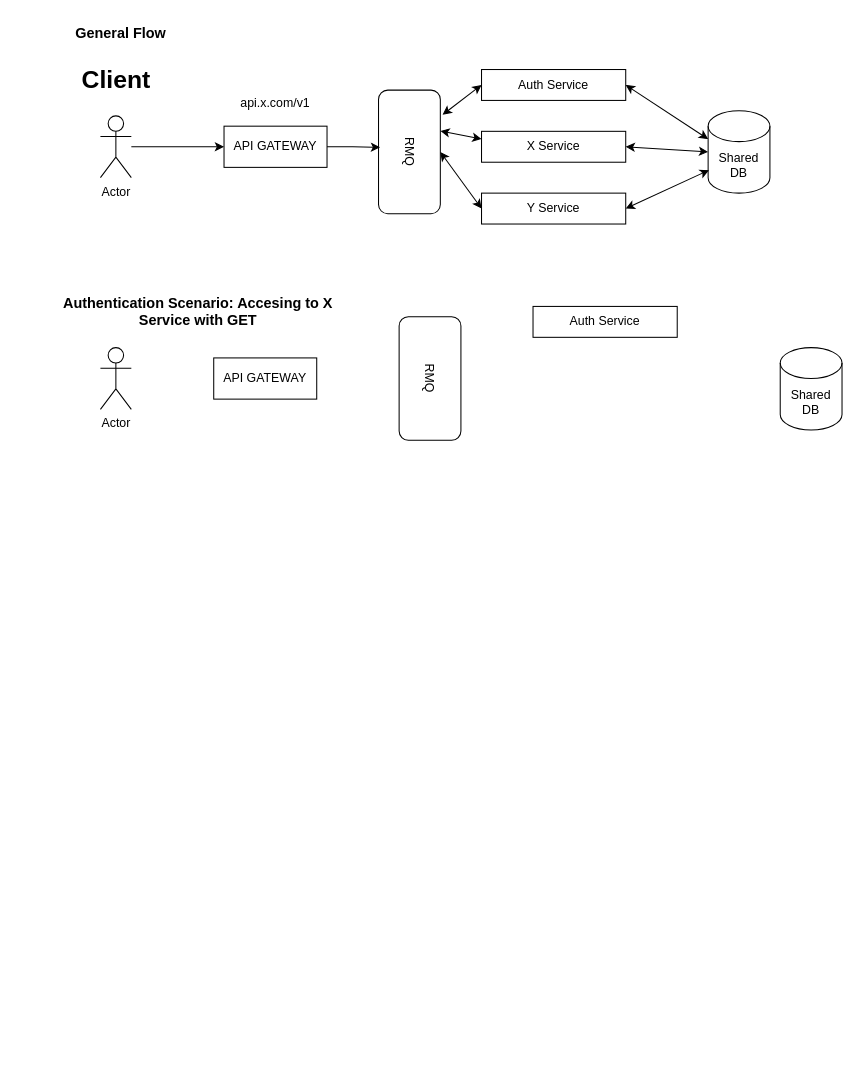
Before: auth-base.drawio in MasterFAE/nest-microservice-auth-boilerplate, a draw.io diagram. Source tidied: cells renumbered, new cells numbered last; positions are measured from the earlier drawing's top-left corner, leaving out a move shared by most shapes. Both pictures are drawn from the tidied source at 103%, with x=0, y=0 at pixel (48, 18).
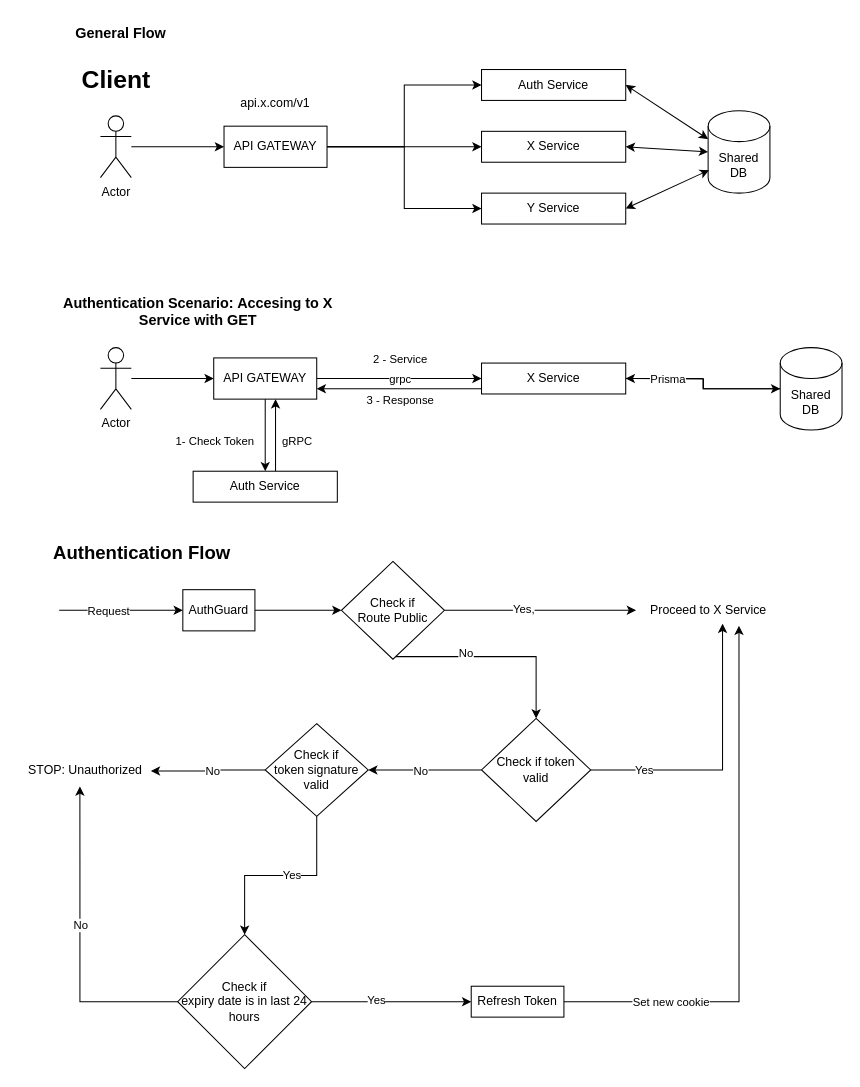
Above is the later version.

Unchanged cells that the change refers to:
```xml
<mxCell id="5" value="API GATEWAY" style="rounded=0;whiteSpace=wrap;html=1;" parent="1" vertex="1">
  <mxGeometry x="170" y="105" width="100" height="40" as="geometry" />
</mxCell>
<mxCell id="6" value="Auth Service" style="rounded=0;whiteSpace=wrap;html=1;" parent="1" vertex="1">
  <mxGeometry x="420" y="50" width="140" height="30" as="geometry" />
</mxCell>
<mxCell id="7" value="X Service" style="rounded=0;whiteSpace=wrap;html=1;" parent="1" vertex="1">
  <mxGeometry x="420" y="110" width="140" height="30" as="geometry" />
</mxCell>
<mxCell id="8" value="Y Service" style="rounded=0;whiteSpace=wrap;html=1;" parent="1" vertex="1">
  <mxGeometry x="420" y="170" width="140" height="30" as="geometry" />
</mxCell>
<mxCell id="21" value="Actor" style="shape=umlActor;verticalLabelPosition=bottom;verticalAlign=top;html=1;outlineConnect=0;" parent="1" vertex="1">
  <mxGeometry x="50" y="320" width="30" height="60" as="geometry" />
</mxCell>
<mxCell id="22" value="API GATEWAY" style="rounded=0;whiteSpace=wrap;html=1;" parent="1" vertex="1">
  <mxGeometry x="160" y="330" width="100" height="40" as="geometry" />
</mxCell>
<mxCell id="25" value="Shared&lt;br&gt;DB" style="shape=cylinder3;whiteSpace=wrap;html=1;boundedLbl=1;backgroundOutline=1;size=15;" parent="1" vertex="1">
  <mxGeometry x="710" y="320" width="60" height="80" as="geometry" />
</mxCell>
```

The edit, as a diff of the source:
```diff
@@
+    <mxCell id="26" style="edgeStyle=orthogonalEdgeStyle;rounded=0;jettySize=auto;html=1;entryX=0;entryY=0.5;entryDx=0;entryDy=0;" parent="1" edge="1" source="5" target="6">
+      <mxGeometry relative="1" as="geometry" />
+    </mxCell>
+    <mxCell id="27" style="edgeStyle=orthogonalEdgeStyle;rounded=0;jettySize=auto;html=1;entryX=0;entryY=0.5;entryDx=0;entryDy=0;" parent="1" edge="1" source="5" target="7">
+      <mxGeometry relative="1" as="geometry" />
+    </mxCell>
+    <mxCell id="28" style="edgeStyle=orthogonalEdgeStyle;rounded=0;jettySize=auto;html=1;entryX=0;entryY=0.5;entryDx=0;entryDy=0;" parent="1" edge="1" source="5" target="8">
+      <mxGeometry relative="1" as="geometry" />
+    </mxCell>
@@
-    <mxCell id="10" value="RMQ" style="rounded=1;whiteSpace=wrap;html=1;rotation=90;" parent="1" vertex="1">
-      <mxGeometry x="290" y="100" width="120" height="60" as="geometry" />
-    </mxCell>
-    <mxCell id="11" style="endArrow=classic;startArrow=classic;html=1;rounded=0;entryX=0;entryY=0.5;entryDx=0;entryDy=0;exitX=0.199;exitY=-0.037;exitDx=0;exitDy=0;exitPerimeter=0;" parent="1" edge="1" source="10" target="6">
-      <mxGeometry relative="1" as="geometry" />
-    </mxCell>
-    <mxCell id="12" style="endArrow=classic;startArrow=classic;html=1;rounded=0;entryX=0;entryY=0.25;entryDx=0;entryDy=0;exitX=0.331;exitY=-0.002;exitDx=0;exitDy=0;exitPerimeter=0;" parent="1" edge="1" source="10" target="7">
-      <mxGeometry relative="1" as="geometry" />
-    </mxCell>
-    <mxCell id="13" style="endArrow=classic;startArrow=classic;html=1;rounded=0;entryX=0;entryY=0.5;entryDx=0;entryDy=0;exitX=0.5;exitY=0;exitDx=0;exitDy=0;" parent="1" edge="1" source="10" target="8">
-      <mxGeometry relative="1" as="geometry" />
-    </mxCell>
@@
-    <mxCell id="17" style="edgeStyle=orthogonalEdgeStyle;rounded=0;jettySize=auto;html=1;entryX=0.463;entryY=0.975;entryDx=0;entryDy=0;entryPerimeter=0;" parent="1" edge="1" source="5" target="10">
-      <mxGeometry relative="1" as="geometry" />
-    </mxCell>
@@
+    <mxCell id="29" style="edgeStyle=orthogonalEdgeStyle;rounded=0;jettySize=auto;html=1;" parent="1" edge="1" source="21" target="22">
+      <mxGeometry relative="1" as="geometry" />
+    </mxCell>
@@
+    <mxCell id="30" style="edgeStyle=orthogonalEdgeStyle;rounded=0;jettySize=auto;html=1;entryX=0.5;entryY=0;entryDx=0;entryDy=0;" parent="1" edge="1" source="22" target="24">
+      <mxGeometry relative="1" as="geometry" />
+    </mxCell>
+    <mxCell id="31" value="1- Check Token" style="edgeLabel;html=1;align=center;verticalAlign=middle;" parent="30" vertex="1">
+      <mxGeometry x="-0.09" y="-3" relative="1" as="geometry">
+        <mxPoint x="-47" y="8" as="offset" />
+      </mxGeometry>
+    </mxCell>
+    <mxCell id="32" value="gRPC" style="edgeLabel;html=1;align=center;verticalAlign=middle;" parent="30" vertex="1">
+      <mxGeometry x="-0.26" y="-1" relative="1" as="geometry">
+        <mxPoint x="31" y="14" as="offset" />
+      </mxGeometry>
+    </mxCell>
+    <mxCell id="33" style="edgeStyle=orthogonalEdgeStyle;rounded=0;jettySize=auto;html=1;entryX=0;entryY=0.5;entryDx=0;entryDy=0;" parent="1" edge="1" source="22" target="40">
+      <mxGeometry relative="1" as="geometry" />
+    </mxCell>
+    <mxCell id="34" value="grpc" style="edgeLabel;html=1;align=center;verticalAlign=middle;" parent="33" vertex="1">
+      <mxGeometry x="0.15" y="1" relative="1" as="geometry">
+        <mxPoint x="-12" y="1" as="offset" />
+      </mxGeometry>
+    </mxCell>
+    <mxCell id="35" value="2 - Service" style="edgeLabel;html=1;align=center;verticalAlign=middle;" parent="33" vertex="1">
+      <mxGeometry x="0.33" y="-3" relative="1" as="geometry">
+        <mxPoint x="-26" y="-23" as="offset" />
+      </mxGeometry>
+    </mxCell>
@@
-    <mxCell id="23" value="RMQ" style="rounded=1;whiteSpace=wrap;html=1;rotation=90;" parent="1" vertex="1">
-      <mxGeometry x="310" y="320" width="120" height="60" as="geometry" />
-    </mxCell>
+    <mxCell id="36" style="edgeStyle=orthogonalEdgeStyle;rounded=0;jettySize=auto;html=1;" parent="1" edge="1" source="24" target="22">
+      <mxGeometry relative="1" as="geometry">
+        <Array as="points">
+          <mxPoint x="220" y="430" />
+          <mxPoint x="220" y="430" />
+        </Array>
+      </mxGeometry>
+    </mxCell>
     <mxCell id="24" value="Auth Service" style="rounded=0;whiteSpace=wrap;html=1;" parent="1" vertex="1">
-      <mxGeometry x="470" y="280" width="140" height="30" as="geometry" />
+      <mxGeometry x="140" y="440" width="140" height="30" as="geometry" />
     </mxCell>
+    <mxCell id="37" style="edgeStyle=orthogonalEdgeStyle;rounded=0;jettySize=auto;html=1;" parent="1" edge="1" source="25">
+      <mxGeometry relative="1" as="geometry">
+        <mxPoint x="560" y="350" as="targetPoint" />
+      </mxGeometry>
+    </mxCell>
@@
+    <mxCell id="38" style="edgeStyle=orthogonalEdgeStyle;rounded=0;jettySize=auto;html=1;" parent="1" edge="1" source="40">
+      <mxGeometry relative="1" as="geometry">
+        <mxPoint x="260" y="360" as="targetPoint" />
+        <Array as="points">
+          <mxPoint x="260" y="360" />
+        </Array>
+      </mxGeometry>
+    </mxCell>
+    <mxCell id="39" value="3 - Response" style="edgeLabel;html=1;align=center;verticalAlign=middle;" parent="38" vertex="1">
+      <mxGeometry x="-0.31" y="1" relative="1" as="geometry">
+        <mxPoint x="-25" y="9" as="offset" />
+      </mxGeometry>
+    </mxCell>
+    <mxCell id="40" value="X Service" style="rounded=0;whiteSpace=wrap;html=1;" parent="1" vertex="1">
+      <mxGeometry x="420" y="335" width="140" height="30" as="geometry" />
+    </mxCell>
+    <mxCell id="41" style="edgeStyle=orthogonalEdgeStyle;rounded=0;jettySize=auto;html=1;entryX=0;entryY=0.5;entryDx=0;entryDy=0;entryPerimeter=0;" parent="1" edge="1" source="40" target="25">
+      <mxGeometry relative="1" as="geometry" />
+    </mxCell>
+    <mxCell id="42" value="Prisma" style="edgeLabel;html=1;align=center;verticalAlign=middle;" parent="41" vertex="1">
+      <mxGeometry x="0.25" y="4" relative="1" as="geometry">
+        <mxPoint x="-50" y="-6" as="offset" />
+      </mxGeometry>
+    </mxCell>
+    <mxCell id="43" style="edgeStyle=orthogonalEdgeStyle;rounded=0;jettySize=auto;html=1;entryX=0;entryY=0.5;entryDx=0;entryDy=0;" parent="1" edge="1" source="44" target="51">
+      <mxGeometry relative="1" as="geometry" />
+    </mxCell>
+    <mxCell id="44" value="AuthGuard" style="rounded=0;whiteSpace=wrap;html=1;" parent="1" vertex="1">
+      <mxGeometry x="130" y="555" width="70" height="40" as="geometry" />
+    </mxCell>
+    <mxCell id="45" style="endArrow=classic;html=1;rounded=0;entryX=0;entryY=0.5;entryDx=0;entryDy=0;" parent="1" edge="1" target="44">
+      <mxGeometry relative="1" as="geometry">
+        <mxPoint x="10" y="575" as="sourcePoint" />
+      </mxGeometry>
+    </mxCell>
+    <mxCell id="46" value="Request" style="edgeLabel;html=1;align=center;verticalAlign=middle;" parent="45" vertex="1">
+      <mxGeometry x="-0.22" y="-3" relative="1" as="geometry">
+        <mxPoint y="-3" as="offset" />
+      </mxGeometry>
+    </mxCell>
+    <mxCell id="47" style="edgeStyle=orthogonalEdgeStyle;rounded=0;jettySize=auto;html=1;" parent="1" edge="1" source="51" target="52">
+      <mxGeometry relative="1" as="geometry" />
+    </mxCell>
+    <mxCell id="48" value="Yes," style="edgeLabel;html=1;align=center;verticalAlign=middle;" parent="47" vertex="1">
+      <mxGeometry x="-0.18" y="2" relative="1" as="geometry" />
+    </mxCell>
+    <mxCell id="49" style="edgeStyle=orthogonalEdgeStyle;rounded=0;jettySize=auto;html=1;entryX=0.5;entryY=0;entryDx=0;entryDy=0;" parent="1" edge="1" source="51" target="55">
+      <mxGeometry relative="1" as="geometry">
+        <Array as="points">
+          <mxPoint x="473" y="620" />
+        </Array>
+      </mxGeometry>
+    </mxCell>
+    <mxCell id="50" value="No&lt;br&gt;" style="edgeLabel;html=1;align=center;verticalAlign=middle;" parent="49" vertex="1">
+      <mxGeometry x="-0.27" y="4" relative="1" as="geometry">
+        <mxPoint x="-4" as="offset" />
+      </mxGeometry>
+    </mxCell>
+    <mxCell id="51" value="Check if&lt;br&gt;Route Public&lt;br&gt;" style="rhombus;whiteSpace=wrap;html=1;" parent="1" vertex="1">
+      <mxGeometry x="284" y="527.5" width="100" height="95" as="geometry" />
+    </mxCell>
+    <mxCell id="52" value="Proceed to X Service" style="text;html=1;align=center;verticalAlign=middle;points=[];strokeColor=none;fillColor=none;" parent="1" vertex="1">
+      <mxGeometry x="570" y="560" width="140" height="30" as="geometry" />
+    </mxCell>
+    <mxCell id="53" style="edgeStyle=orthogonalEdgeStyle;rounded=0;jettySize=auto;html=1;entryX=1;entryY=0.5;entryDx=0;entryDy=0;" parent="1" edge="1" source="55" target="58">
+      <mxGeometry relative="1" as="geometry" />
+    </mxCell>
+    <mxCell id="54" value="No" style="edgeLabel;html=1;align=center;verticalAlign=middle;" parent="53" vertex="1">
+      <mxGeometry x="0.25" y="2" relative="1" as="geometry">
+        <mxPoint x="9" y="-2" as="offset" />
+      </mxGeometry>
+    </mxCell>
+    <mxCell id="55" value="Check if token valid" style="rhombus;whiteSpace=wrap;html=1;" parent="1" vertex="1">
+      <mxGeometry x="420" y="680" width="106" height="100" as="geometry" />
+    </mxCell>
+    <mxCell id="56" style="edgeStyle=orthogonalEdgeStyle;rounded=0;jettySize=auto;html=1;entryX=0.5;entryY=0;entryDx=0;entryDy=0;" parent="1" edge="1" source="58" target="63">
+      <mxGeometry relative="1" as="geometry" />
+    </mxCell>
+    <mxCell id="57" value="Yes" style="edgeLabel;html=1;align=center;verticalAlign=middle;" parent="56" vertex="1">
+      <mxGeometry x="-0.11" y="-1" relative="1" as="geometry" />
+    </mxCell>
+    <mxCell id="58" value="Check if &lt;br&gt;token signature valid" style="rhombus;whiteSpace=wrap;html=1;" parent="1" vertex="1">
+      <mxGeometry x="210" y="685" width="100" height="90" as="geometry" />
+    </mxCell>
+    <mxCell id="59" style="edgeStyle=orthogonalEdgeStyle;rounded=0;jettySize=auto;html=1;entryX=0.6;entryY=0.933;entryDx=0;entryDy=0;entryPerimeter=0;" parent="1" edge="1" source="55" target="52">
+      <mxGeometry relative="1" as="geometry" />
+    </mxCell>
+    <mxCell id="60" value="Yes" style="edgeLabel;html=1;align=center;verticalAlign=middle;" parent="59" vertex="1">
+      <mxGeometry x="-0.62" y="1" relative="1" as="geometry" />
+    </mxCell>
+    <mxCell id="61" style="edgeStyle=orthogonalEdgeStyle;rounded=0;jettySize=auto;html=1;entryX=0;entryY=0.5;entryDx=0;entryDy=0;" parent="1" edge="1" source="63" target="67">
+      <mxGeometry relative="1" as="geometry" />
+    </mxCell>
+    <mxCell id="62" value="Yes" style="edgeLabel;html=1;align=center;verticalAlign=middle;" parent="61" vertex="1">
+      <mxGeometry x="-0.2" y="2" relative="1" as="geometry" />
+    </mxCell>
+    <mxCell id="63" value="Check if &lt;br&gt;expiry date is in last 24 hours" style="rhombus;whiteSpace=wrap;html=1;" parent="1" vertex="1">
+      <mxGeometry x="125" y="890" width="130" height="130" as="geometry" />
+    </mxCell>
+    <mxCell id="64" value="STOP: Unauthorized" style="text;html=1;align=center;verticalAlign=middle;points=[];strokeColor=none;fillColor=none;" parent="1" vertex="1">
+      <mxGeometry x="-30" y="715" width="130" height="30" as="geometry" />
+    </mxCell>
+    <mxCell id="65" style="edgeStyle=orthogonalEdgeStyle;rounded=0;jettySize=auto;html=1;entryX=0.462;entryY=1.033;entryDx=0;entryDy=0;entryPerimeter=0;" parent="1" edge="1" source="63" target="64">
+      <mxGeometry relative="1" as="geometry" />
+    </mxCell>
+    <mxCell id="66" value="No" style="edgeLabel;html=1;align=center;verticalAlign=middle;" parent="65" vertex="1">
+      <mxGeometry x="0.11" relative="1" as="geometry" />
+    </mxCell>
+    <mxCell id="67" value="Refresh Token" style="rounded=0;whiteSpace=wrap;html=1;" parent="1" vertex="1">
+      <mxGeometry x="410" y="940" width="90" height="30" as="geometry" />
+    </mxCell>
+    <mxCell id="68" style="edgeStyle=orthogonalEdgeStyle;rounded=0;jettySize=auto;html=1;entryX=0.714;entryY=1;entryDx=0;entryDy=0;entryPerimeter=0;" parent="1" edge="1" source="67" target="52">
+      <mxGeometry relative="1" as="geometry" />
+    </mxCell>
+    <mxCell id="69" value="Set new cookie" style="edgeLabel;html=1;align=center;verticalAlign=middle;" parent="68" vertex="1">
+      <mxGeometry x="-0.58" y="-2" relative="1" as="geometry">
+        <mxPoint x="-9" y="-2" as="offset" />
+      </mxGeometry>
+    </mxCell>
+    <mxCell id="70" value="&lt;font style=&quot;font-size: 18px;&quot;&gt;&lt;b&gt;Authentication Flow&lt;/b&gt;&lt;/font&gt;" style="text;html=1;align=center;verticalAlign=middle;strokeColor=none;fillColor=none;" parent="1" vertex="1">
+      <mxGeometry x="-10" y="500" width="200" height="40" as="geometry" />
+    </mxCell>
+    <mxCell id="71" style="edgeStyle=orthogonalEdgeStyle;rounded=0;jettySize=auto;html=1;entryX=0.992;entryY=0.533;entryDx=0;entryDy=0;entryPerimeter=0;" parent="1" edge="1" source="58" target="64">
+      <mxGeometry relative="1" as="geometry" />
+    </mxCell>
+    <mxCell id="72" value="No" style="edgeLabel;html=1;align=center;verticalAlign=middle;" parent="71" vertex="1">
+      <mxGeometry x="-0.07" y="3" relative="1" as="geometry">
+        <mxPoint y="-3" as="offset" />
+      </mxGeometry>
+    </mxCell>
```
